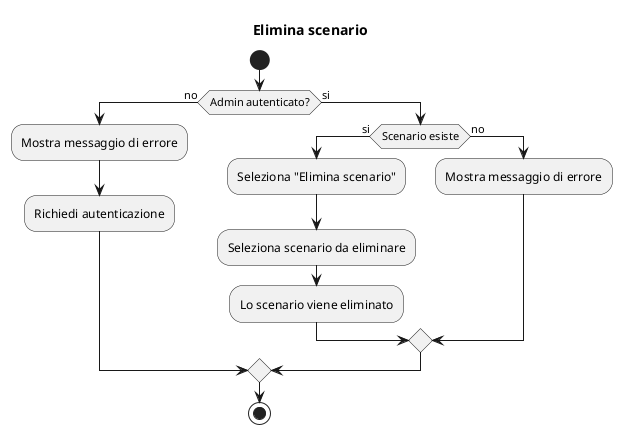
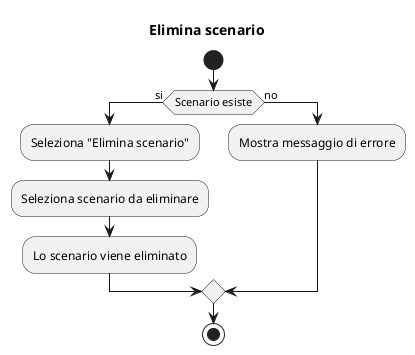
@startuml eliminascenario
title Elimina scenario

start
- if (Admin autenticato?) then (no)
-     :Mostra messaggio di errore;
-     :Richiedi autenticazione;

- else (si)
    if (Scenario esiste) then (si)
        :Seleziona "Elimina scenario";
        :Seleziona scenario da eliminare;
        :Lo scenario viene eliminato;
    else (no)
        :Mostra messaggio di errore;
    endif
- endif
stop
@enduml